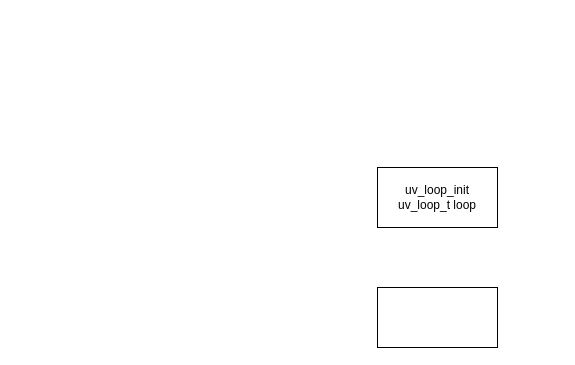
Earlier version of the draw.io diagram 未命名绘图.drawio (Sjunbin/pubulic_code). Source tidied: cells renumbered, new cells numbered last; positions are measured from the earlier drawing's top-left corner, leaving out a move shared by most shapes. Both pictures are drawn from the tidied source at 100%, with x=0, y=0 at pixel (377, 167).
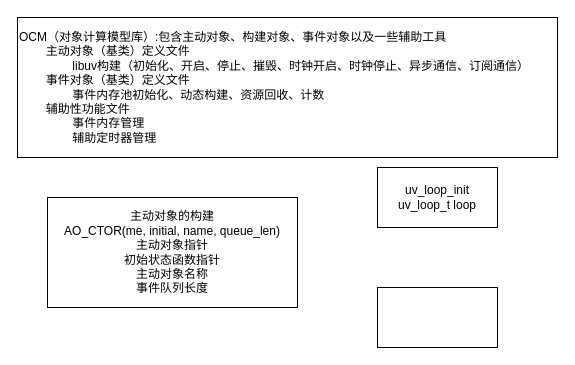
After the change.

Commit message:
更新未命名绘图.drawio

What changed in the source:
```diff
@@
 <mxGraphModel>
   <root>
     <mxCell id="0" />
     <mxCell id="1" parent="0" />
     <mxCell id="2" value="uv_loop_init&lt;br&gt;uv_loop_t loop" style="rounded=0;whiteSpace=wrap;html=1;" parent="1" vertex="1">
       <mxGeometry width="120" height="60" as="geometry" />
     </mxCell>
     <mxCell id="3" style="rounded=0;whiteSpace=wrap;html=1;" parent="1" vertex="1">
       <mxGeometry y="120" width="120" height="60" as="geometry" />
     </mxCell>
+    <mxCell id="4" value="主动对象的构建&lt;br&gt;AO_CTOR(me, initial, name, queue_len)&lt;br&gt;主动对象指针&lt;br&gt;初始状态函数指针&lt;br&gt;主动对象名称&lt;br&gt;事件队列长度" style="rounded=0;whiteSpace=wrap;html=1;" parent="1" vertex="1">
+      <mxGeometry x="-330" y="30" width="250" height="110" as="geometry" />
+    </mxCell>
+    <mxCell id="5" value="OCM（对象计算模型库）:包含主动对象、构建对象、事件对象以及一些辅助工具&lt;br&gt;&lt;span style=&quot;white-space: pre;&quot;&gt;&#9;&lt;/span&gt;主动对象（基类）定义文件&lt;br&gt;&lt;span style=&quot;white-space: pre;&quot;&gt;&#9;&lt;/span&gt;&lt;span style=&quot;white-space: pre;&quot;&gt;&#9;&lt;/span&gt;libuv构建（初始化、开启、停止、摧毁、时钟开启、时钟停止、异步通信、订阅通信）&lt;br&gt;&lt;span style=&quot;white-space: pre;&quot;&gt;&#9;&lt;/span&gt;事件对象（基类）定义文件&lt;br&gt;&lt;span style=&quot;white-space: pre;&quot;&gt;&#9;&lt;/span&gt;&lt;span style=&quot;white-space: pre;&quot;&gt;&#9;&lt;/span&gt;事件内存池初始化、动态构建、资源回收、计数&lt;br&gt;&lt;span style=&quot;white-space: pre;&quot;&gt;&#9;&lt;/span&gt;辅助性功能文件&lt;br&gt;&lt;span style=&quot;white-space: pre;&quot;&gt;&#9;&lt;/span&gt;&lt;span style=&quot;white-space: pre;&quot;&gt;&#9;&lt;/span&gt;事件内存管理&lt;br&gt;&lt;span style=&quot;white-space: pre;&quot;&gt;&#9;&lt;/span&gt;&lt;span style=&quot;white-space: pre;&quot;&gt;&#9;&lt;/span&gt;辅助定时器管理" style="rounded=0;whiteSpace=wrap;html=1;align=left;" parent="1" vertex="1">
+      <mxGeometry x="-360" y="-150" width="540" height="140" as="geometry" />
+    </mxCell>
   </root>
 </mxGraphModel>
```
